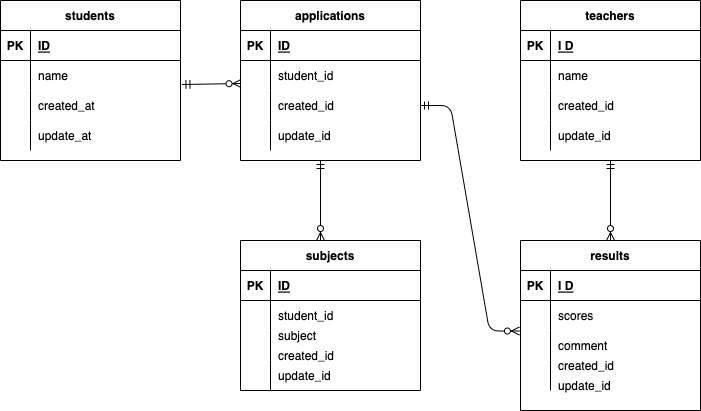
FukumuraTakayuki/20221019ERtest keeps this draw.io diagram as index.drawio.png. Above is the earlier version. Source tidied: cells renumbered, new cells last; positions are measured from the earlier drawing's top-left corner, leaving out a move shared by most shapes.
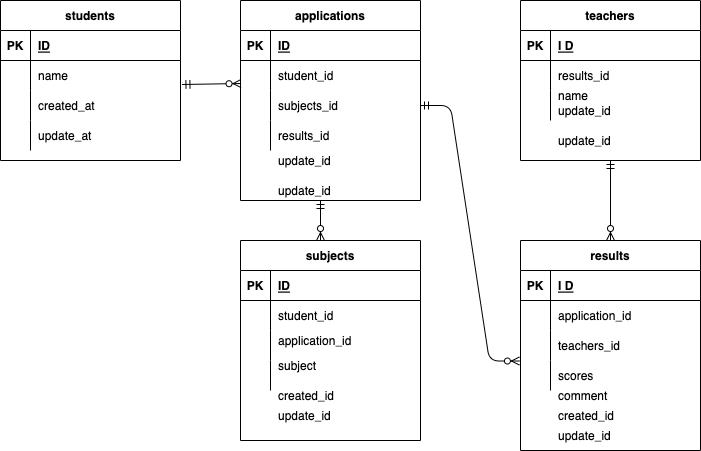
The same diagram one commit later.

Diff of the diagram source:
```diff
@@ -42,7 +42,7 @@
       <mxGeometry x="30" width="150" height="30" as="geometry" />
     </mxCell>
     <mxCell id="15" value="applications" style="shape=table;startSize=30;rowLines=0;fontStyle=1;align=center;" parent="1" vertex="1">
-      <mxGeometry x="240" width="180" height="160" as="geometry" />
+      <mxGeometry x="240" width="180" height="200" as="geometry" />
     </mxCell>
     <mxCell id="16" style="shape=partialRectangle;fillColor=none;top=0;left=0;bottom=1;right=0;" parent="15" vertex="1">
       <mxGeometry y="30" width="180" height="30" as="geometry" />
@@ -68,7 +68,7 @@
     <mxCell id="23" style="shape=partialRectangle;fillColor=none;top=0;left=0;bottom=0;right=0;overflow=hidden;" parent="22" vertex="1">
       <mxGeometry width="30" height="30" as="geometry" />
     </mxCell>
-    <mxCell id="24" value="created_id" style="shape=partialRectangle;fillColor=none;top=0;left=0;bottom=0;right=0;align=left;spacingLeft=6;overflow=hidden;" parent="22" vertex="1">
+    <mxCell id="24" value="subjects_id" style="shape=partialRectangle;fillColor=none;top=0;left=0;bottom=0;right=0;align=left;spacingLeft=6;overflow=hidden;" parent="22" vertex="1">
       <mxGeometry x="30" width="150" height="30" as="geometry" />
     </mxCell>
     <mxCell id="25" style="shape=partialRectangle;fillColor=none;top=0;left=0;bottom=0;right=0;" parent="15" vertex="1">
@@ -77,11 +77,11 @@
     <mxCell id="26" style="shape=partialRectangle;fillColor=none;top=0;left=0;bottom=0;right=0;overflow=hidden;" parent="25" vertex="1">
       <mxGeometry width="30" height="30" as="geometry" />
     </mxCell>
-    <mxCell id="27" value="update_id" style="shape=partialRectangle;fillColor=none;top=0;left=0;bottom=0;right=0;align=left;spacingLeft=6;overflow=hidden;" parent="25" vertex="1">
+    <mxCell id="27" value="results_id" style="shape=partialRectangle;fillColor=none;top=0;left=0;bottom=0;right=0;align=left;spacingLeft=6;overflow=hidden;" parent="25" vertex="1">
       <mxGeometry x="30" width="150" height="30" as="geometry" />
     </mxCell>
     <mxCell id="28" value="subjects" style="shape=table;startSize=30;rowLines=0;fontStyle=1;align=center;" parent="1" vertex="1">
-      <mxGeometry x="240" y="240" width="180" height="150" as="geometry" />
+      <mxGeometry x="240" y="240" width="180" height="200" as="geometry" />
     </mxCell>
     <mxCell id="29" style="shape=partialRectangle;fillColor=none;top=0;left=0;bottom=1;right=0;" parent="28" vertex="1">
       <mxGeometry y="30" width="180" height="30" as="geometry" />
@@ -120,7 +120,7 @@
       <mxGeometry x="30" width="150" height="30" as="geometry" />
     </mxCell>
     <mxCell id="41" value="results" style="shape=table;startSize=30;rowLines=0;fontStyle=1;align=center;" parent="1" vertex="1">
-      <mxGeometry x="520" y="240" width="180" height="170" as="geometry" />
+      <mxGeometry x="520" y="240" width="180" height="210" as="geometry" />
     </mxCell>
     <mxCell id="42" style="shape=partialRectangle;fillColor=none;top=0;left=0;bottom=1;right=0;" parent="41" vertex="1">
       <mxGeometry y="30" width="180" height="30" as="geometry" />
@@ -131,33 +131,33 @@
     <mxCell id="44" value="I D" style="shape=partialRectangle;fillColor=none;top=0;left=0;bottom=0;right=0;align=left;spacingLeft=6;fontStyle=5;overflow=hidden;" parent="42" vertex="1">
       <mxGeometry x="30" width="150" height="30" as="geometry" />
     </mxCell>
+    <mxCell id="51" style="shape=partialRectangle;fillColor=none;top=0;left=0;bottom=0;right=0;" parent="41" vertex="1">
+      <mxGeometry y="60" width="180" height="30" as="geometry" />
+    </mxCell>
+    <mxCell id="52" style="shape=partialRectangle;fillColor=none;top=0;left=0;bottom=0;right=0;overflow=hidden;" parent="51" vertex="1">
+      <mxGeometry width="30" height="30" as="geometry" />
+    </mxCell>
+    <mxCell id="53" style="shape=partialRectangle;fillColor=none;top=0;left=0;bottom=0;right=0;align=left;spacingLeft=6;overflow=hidden;" parent="51" vertex="1">
+      <mxGeometry x="30" width="150" height="30" as="geometry" />
+    </mxCell>
     <mxCell id="45" style="shape=partialRectangle;fillColor=none;top=0;left=0;bottom=0;right=0;" parent="41" vertex="1">
-      <mxGeometry y="60" width="180" height="30" as="geometry" />
+      <mxGeometry y="90" width="180" height="30" as="geometry" />
     </mxCell>
     <mxCell id="46" style="shape=partialRectangle;fillColor=none;top=0;left=0;bottom=0;right=0;overflow=hidden;" parent="45" vertex="1">
       <mxGeometry width="30" height="30" as="geometry" />
     </mxCell>
-    <mxCell id="47" value="scores" style="shape=partialRectangle;fillColor=none;top=0;left=0;bottom=0;right=0;align=left;spacingLeft=6;overflow=hidden;" parent="45" vertex="1">
+    <mxCell id="47" value="teachers_id" style="shape=partialRectangle;fillColor=none;top=0;left=0;bottom=0;right=0;align=left;spacingLeft=6;overflow=hidden;" parent="45" vertex="1">
       <mxGeometry x="30" width="150" height="30" as="geometry" />
     </mxCell>
     <mxCell id="48" style="shape=partialRectangle;fillColor=none;top=0;left=0;bottom=0;right=0;points=[[0,0.5],[1,0.5]];portConstraint=eastwest;" parent="41" vertex="1">
-      <mxGeometry y="90" width="180" height="30" as="geometry" />
+      <mxGeometry y="120" width="180" height="30" as="geometry" />
     </mxCell>
     <mxCell id="49" style="shape=partialRectangle;fillColor=none;top=0;left=0;bottom=0;right=0;overflow=hidden;" parent="48" vertex="1">
       <mxGeometry width="30" height="30" as="geometry" />
     </mxCell>
-    <mxCell id="50" value="comment" style="shape=partialRectangle;fillColor=none;top=0;left=0;bottom=0;right=0;align=left;spacingLeft=6;overflow=hidden;" parent="48" vertex="1">
+    <mxCell id="50" value="scores" style="shape=partialRectangle;fillColor=none;top=0;left=0;bottom=0;right=0;align=left;spacingLeft=6;overflow=hidden;" parent="48" vertex="1">
       <mxGeometry x="30" width="150" height="30" as="geometry" />
     </mxCell>
-    <mxCell id="51" style="shape=partialRectangle;fillColor=none;top=0;left=0;bottom=0;right=0;" parent="41" vertex="1">
-      <mxGeometry y="120" width="180" height="30" as="geometry" />
-    </mxCell>
-    <mxCell id="52" style="shape=partialRectangle;fillColor=none;top=0;left=0;bottom=0;right=0;overflow=hidden;" parent="51" vertex="1">
-      <mxGeometry width="30" height="30" as="geometry" />
-    </mxCell>
-    <mxCell id="53" style="shape=partialRectangle;fillColor=none;top=0;left=0;bottom=0;right=0;align=left;spacingLeft=6;overflow=hidden;" parent="51" vertex="1">
-      <mxGeometry x="30" width="150" height="30" as="geometry" />
-    </mxCell>
     <mxCell id="54" value="teachers" style="shape=table;startSize=30;rowLines=0;fontStyle=1;align=center;" parent="1" vertex="1">
       <mxGeometry x="520" width="180" height="160" as="geometry" />
     </mxCell>
@@ -176,7 +176,7 @@
     <mxCell id="59" style="shape=partialRectangle;fillColor=none;top=0;left=0;bottom=0;right=0;overflow=hidden;" parent="58" vertex="1">
       <mxGeometry width="30" height="30" as="geometry" />
     </mxCell>
-    <mxCell id="60" value="name" style="shape=partialRectangle;fillColor=none;top=0;left=0;bottom=0;right=0;align=left;spacingLeft=6;overflow=hidden;" parent="58" vertex="1">
+    <mxCell id="60" value="results_id" style="shape=partialRectangle;fillColor=none;top=0;left=0;bottom=0;right=0;align=left;spacingLeft=6;overflow=hidden;" parent="58" vertex="1">
       <mxGeometry x="30" width="150" height="30" as="geometry" />
     </mxCell>
     <mxCell id="61" style="shape=partialRectangle;fillColor=none;top=0;left=0;bottom=0;right=0;" parent="54" vertex="1">
@@ -185,29 +185,20 @@
     <mxCell id="62" style="shape=partialRectangle;fillColor=none;top=0;left=0;bottom=0;right=0;overflow=hidden;" parent="61" vertex="1">
       <mxGeometry width="30" height="30" as="geometry" />
     </mxCell>
-    <mxCell id="63" value="created_id" style="shape=partialRectangle;fillColor=none;top=0;left=0;bottom=0;right=0;align=left;spacingLeft=6;overflow=hidden;" parent="61" vertex="1">
+    <mxCell id="63" style="shape=partialRectangle;fillColor=none;top=0;left=0;bottom=0;right=0;align=left;spacingLeft=6;overflow=hidden;" parent="61" vertex="1">
       <mxGeometry x="30" width="150" height="30" as="geometry" />
     </mxCell>
-    <mxCell id="64" style="shape=partialRectangle;fillColor=none;top=0;left=0;bottom=0;right=0;" parent="54" vertex="1">
-      <mxGeometry y="120" width="180" height="30" as="geometry" />
-    </mxCell>
-    <mxCell id="65" style="shape=partialRectangle;fillColor=none;top=0;left=0;bottom=0;right=0;overflow=hidden;" parent="64" vertex="1">
-      <mxGeometry width="30" height="30" as="geometry" />
-    </mxCell>
-    <mxCell id="66" value="update_id" style="shape=partialRectangle;fillColor=none;top=0;left=0;bottom=0;right=0;align=left;spacingLeft=6;overflow=hidden;" parent="64" vertex="1">
-      <mxGeometry x="30" width="150" height="30" as="geometry" />
-    </mxCell>
     <mxCell id="67" value="created_id" style="shape=partialRectangle;fillColor=none;top=0;left=0;bottom=0;right=0;align=left;spacingLeft=6;overflow=hidden;" parent="1" vertex="1">
-      <mxGeometry x="270" y="340" width="150" height="30" as="geometry" />
+      <mxGeometry x="270" y="380" width="150" height="30" as="geometry" />
     </mxCell>
     <mxCell id="68" value="update_id" style="shape=partialRectangle;fillColor=none;top=0;left=0;bottom=0;right=0;align=left;spacingLeft=6;overflow=hidden;" parent="1" vertex="1">
-      <mxGeometry x="270" y="360" width="150" height="30" as="geometry" />
+      <mxGeometry x="270" y="400" width="150" height="30" as="geometry" />
     </mxCell>
     <mxCell id="69" value="created_id" style="shape=partialRectangle;fillColor=none;top=0;left=0;bottom=0;right=0;align=left;spacingLeft=6;overflow=hidden;" parent="1" vertex="1">
-      <mxGeometry x="550" y="350" width="150" height="30" as="geometry" />
+      <mxGeometry x="550" y="400" width="150" height="30" as="geometry" />
     </mxCell>
     <mxCell id="70" value="update_id" style="shape=partialRectangle;fillColor=none;top=0;left=0;bottom=0;right=0;align=left;spacingLeft=6;overflow=hidden;" parent="1" vertex="1">
-      <mxGeometry x="550" y="370" width="150" height="30" as="geometry" />
+      <mxGeometry x="550" y="420" width="150" height="30" as="geometry" />
     </mxCell>
     <mxCell id="71" style="fontSize=12;html=1;endArrow=ERzeroToMany;startArrow=ERmandOne;exitX=1.008;exitY=0.8;exitDx=0;exitDy=0;exitPerimeter=0;entryX=0.003;entryY=0.767;entryDx=0;entryDy=0;entryPerimeter=0;" parent="1" edge="1" source="6" target="19">
       <mxGeometry relative="1" as="geometry" />
@@ -216,16 +207,46 @@
       <mxGeometry relative="1" as="geometry" />
     </mxCell>
     <mxCell id="73" value="subject" style="shape=partialRectangle;fillColor=none;top=0;left=0;bottom=0;right=0;align=left;spacingLeft=6;overflow=hidden;" parent="1" vertex="1">
-      <mxGeometry x="270" y="320" width="150" height="30" as="geometry" />
+      <mxGeometry x="270" y="350" width="150" height="30" as="geometry" />
     </mxCell>
     <mxCell id="74" style="edgeStyle=entityRelationEdgeStyle;fontSize=12;html=1;endArrow=ERzeroToMany;startArrow=ERmandOne;exitX=1;exitY=0.5;exitDx=0;exitDy=0;entryX=-0.006;entryY=0.017;entryDx=0;entryDy=0;entryPerimeter=0;" parent="1" edge="1" source="22" target="48">
       <mxGeometry relative="1" as="geometry" />
     </mxCell>
     <mxCell id="75" style="fontSize=12;html=1;endArrow=ERzeroToMany;startArrow=ERmandOne;" parent="1" edge="1">
       <mxGeometry relative="1" as="geometry">
-        <mxPoint x="320" y="160" as="sourcePoint" />
+        <mxPoint x="320" y="200" as="sourcePoint" />
         <mxPoint x="320" y="240" as="targetPoint" />
       </mxGeometry>
     </mxCell>
+    <mxCell id="76" value="application_id" style="shape=partialRectangle;fillColor=none;top=0;left=0;bottom=0;right=0;align=left;spacingLeft=6;overflow=hidden;" parent="1" vertex="1">
+      <mxGeometry x="270" y="325" width="150" height="30" as="geometry" />
+    </mxCell>
+    <mxCell id="77" value="update_id" style="shape=partialRectangle;fillColor=none;top=0;left=0;bottom=0;right=0;align=left;spacingLeft=6;overflow=hidden;" parent="1" vertex="1">
+      <mxGeometry x="270" y="180" width="150" height="20" as="geometry" />
+    </mxCell>
+    <mxCell id="78" value="update_id" style="shape=partialRectangle;fillColor=none;top=0;left=0;bottom=0;right=0;align=left;spacingLeft=6;overflow=hidden;" parent="1" vertex="1">
+      <mxGeometry x="270" y="150" width="150" height="20" as="geometry" />
+    </mxCell>
+    <mxCell id="79" value="comment" style="shape=partialRectangle;fillColor=none;top=0;left=0;bottom=0;right=0;align=left;spacingLeft=6;overflow=hidden;" parent="1" vertex="1">
+      <mxGeometry x="550" y="380" width="150" height="30" as="geometry" />
+    </mxCell>
+    <mxCell id="80" value="application_id" style="shape=partialRectangle;fillColor=none;top=0;left=0;bottom=0;right=0;align=left;spacingLeft=6;overflow=hidden;" parent="1" vertex="1">
+      <mxGeometry x="550" y="300" width="150" height="30" as="geometry" />
+    </mxCell>
+    <mxCell id="81" style="shape=partialRectangle;fillColor=none;top=0;left=0;bottom=0;right=0;" parent="1" vertex="1">
+      <mxGeometry x="520" y="80" width="180" height="30" as="geometry" />
+    </mxCell>
+    <mxCell id="65" style="shape=partialRectangle;fillColor=none;top=0;left=0;bottom=0;right=0;overflow=hidden;" parent="81" vertex="1">
+      <mxGeometry width="30" height="30" as="geometry" />
+    </mxCell>
+    <mxCell id="82" value="name" style="shape=partialRectangle;fillColor=none;top=0;left=0;bottom=0;right=0;align=left;spacingLeft=6;overflow=hidden;" parent="81" vertex="1">
+      <mxGeometry x="30" width="150" height="30" as="geometry" />
+    </mxCell>
+    <mxCell id="83" value="update_id" style="shape=partialRectangle;fillColor=none;top=0;left=0;bottom=0;right=0;align=left;spacingLeft=6;overflow=hidden;" parent="1" vertex="1">
+      <mxGeometry x="550" y="100" width="150" height="20" as="geometry" />
+    </mxCell>
+    <mxCell id="84" value="update_id" style="shape=partialRectangle;fillColor=none;top=0;left=0;bottom=0;right=0;align=left;spacingLeft=6;overflow=hidden;" parent="1" vertex="1">
+      <mxGeometry x="550" y="130" width="150" height="20" as="geometry" />
+    </mxCell>
   </root>
 </mxGraphModel>
```
